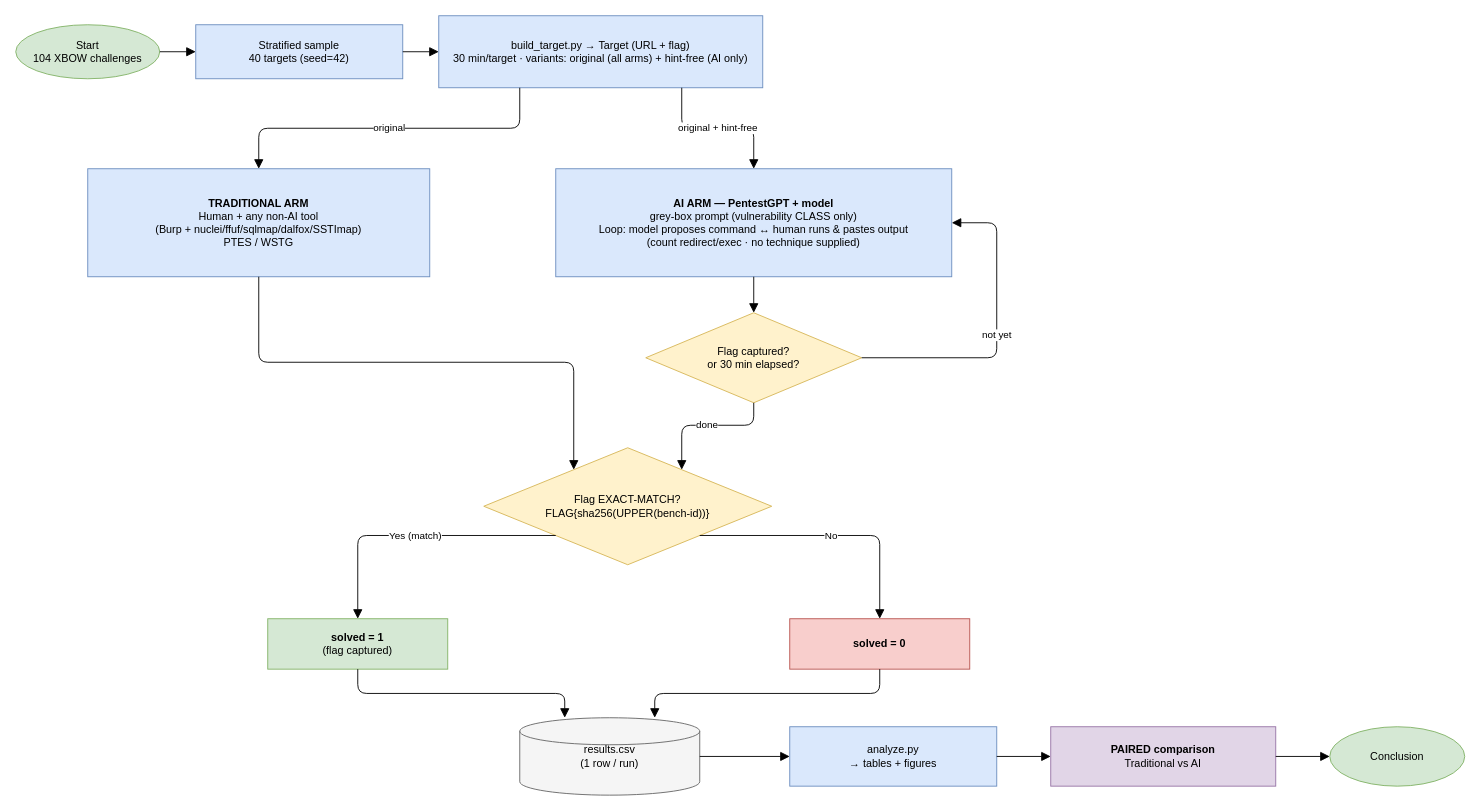
Earlier version of the draw.io diagram docs/workflow.drawio (VuNguyenBinh/KLTN-FA26). Source tidied: cells renumbered, new cells numbered last; positions are measured from the earlier drawing's top-left corner, leaving out a move shared by most shapes. Both pictures are drawn from the tidied source at 90%, with x=0, y=0 at pixel (15, 15).
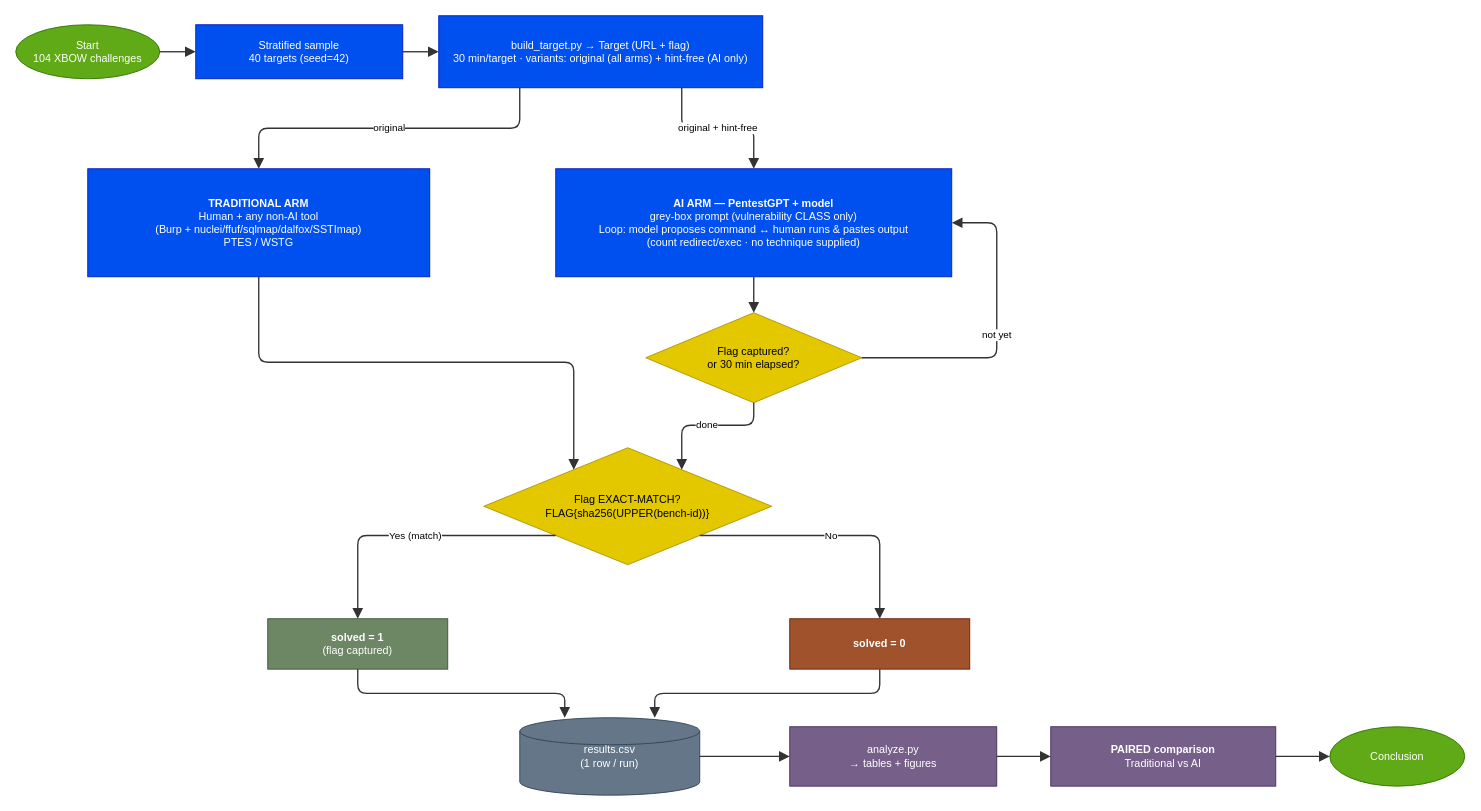
After the change.

Commit message:
fix(workflow.drawio): give edges explicit dark stroke so arrows render on export

Edges had no strokeColor; in dark mode they default to white and vanish on a
white-background export (only the labels showed). Set strokeColor=#333333 +
white label background on all 15 edges so arrows render regardless of theme.

Change to the diagram source:
```diff
@@
-    <mxCell id="2" value="Start&#10;104 XBOW challenges" style="ellipse;whiteSpace=wrap;html=1;convertToSvg=1;fillColor=#d5e8d4;strokeColor=#82b366;" parent="1" vertex="1">
+    <mxCell id="2" value="Start&#10;104 XBOW challenges" style="ellipse;whiteSpace=wrap;html=1;convertToSvg=1;fillColor=#60a917;strokeColor=#2D7600;fontColor=#ffffff;" parent="1" vertex="1">
       <mxGeometry y="10" width="160" height="60" as="geometry" />
     </mxCell>
-    <mxCell id="3" value="Stratified sample&#10;40 targets (seed=42)" style="rounded=0;whiteSpace=wrap;html=1;convertToSvg=1;fillColor=#dae8fc;strokeColor=#6c8ebf;" parent="1" vertex="1">
+    <mxCell id="3" value="Stratified sample&#10;40 targets (seed=42)" style="rounded=0;whiteSpace=wrap;html=1;convertToSvg=1;fillColor=#0050ef;strokeColor=#001DBC;fontColor=#ffffff;" parent="1" vertex="1">
       <mxGeometry x="200" y="10" width="230" height="60" as="geometry" />
     </mxCell>
-    <mxCell id="4" value="build_target.py → Target (URL + flag)&#10;30 min/target · variants: original (all arms) + hint-free (AI only)" style="rounded=0;whiteSpace=wrap;html=1;convertToSvg=1;fillColor=#dae8fc;strokeColor=#6c8ebf;" parent="1" vertex="1">
+    <mxCell id="4" value="build_target.py → Target (URL + flag)&#10;30 min/target · variants: original (all arms) + hint-free (AI only)" style="rounded=0;whiteSpace=wrap;html=1;convertToSvg=1;fillColor=#0050ef;strokeColor=#001DBC;fontColor=#ffffff;" parent="1" vertex="1">
       <mxGeometry x="470" width="360" height="80" as="geometry" />
     </mxCell>
-    <mxCell id="5" value="&lt;b&gt;TRADITIONAL ARM&lt;/b&gt;&#10;Human + any non-AI tool&#10;(Burp + nuclei/ffuf/sqlmap/dalfox/SSTImap)&#10;PTES / WSTG" style="rounded=0;whiteSpace=wrap;html=1;convertToSvg=1;fillColor=#dae8fc;strokeColor=#6c8ebf;" parent="1" vertex="1">
+    <mxCell id="5" value="&lt;b&gt;TRADITIONAL ARM&lt;/b&gt;&#10;Human + any non-AI tool&#10;(Burp + nuclei/ffuf/sqlmap/dalfox/SSTImap)&#10;PTES / WSTG" style="rounded=0;whiteSpace=wrap;html=1;convertToSvg=1;fillColor=#0050ef;strokeColor=#001DBC;fontColor=#ffffff;" parent="1" vertex="1">
       <mxGeometry x="80" y="170" width="380" height="120" as="geometry" />
     </mxCell>
-    <mxCell id="6" value="&lt;b&gt;AI ARM — PentestGPT + model&lt;/b&gt;&#10;grey-box prompt (vulnerability CLASS only)&#10;Loop: model proposes command ↔ human runs &amp; pastes output&#10;(count redirect/exec · no technique supplied)" style="rounded=0;whiteSpace=wrap;html=1;convertToSvg=1;fillColor=#dae8fc;strokeColor=#6c8ebf;" parent="1" vertex="1">
+    <mxCell id="6" value="&lt;b&gt;AI ARM — PentestGPT + model&lt;/b&gt;&#10;grey-box prompt (vulnerability CLASS only)&#10;Loop: model proposes command ↔ human runs &amp; pastes output&#10;(count redirect/exec · no technique supplied)" style="rounded=0;whiteSpace=wrap;html=1;convertToSvg=1;fillColor=#0050ef;strokeColor=#001DBC;fontColor=#ffffff;" parent="1" vertex="1">
       <mxGeometry x="600" y="170" width="440" height="120" as="geometry" />
     </mxCell>
-    <mxCell id="7" value="Flag captured?&#10;or 30 min elapsed?" style="rhombus;whiteSpace=wrap;html=1;convertToSvg=1;fillColor=#fff2cc;strokeColor=#d6b656;" parent="1" vertex="1">
+    <mxCell id="7" value="Flag captured?&#10;or 30 min elapsed?" style="rhombus;whiteSpace=wrap;html=1;convertToSvg=1;fillColor=#e3c800;strokeColor=#B09500;fontColor=#000000;" parent="1" vertex="1">
       <mxGeometry x="700" y="330" width="240" height="100" as="geometry" />
     </mxCell>
-    <mxCell id="8" value="Flag EXACT-MATCH?&#10;FLAG{sha256(UPPER(bench-id))}" style="rhombus;whiteSpace=wrap;html=1;convertToSvg=1;fillColor=#fff2cc;strokeColor=#d6b656;" parent="1" vertex="1">
+    <mxCell id="8" value="Flag EXACT-MATCH?&#10;FLAG{sha256(UPPER(bench-id))}" style="rhombus;whiteSpace=wrap;html=1;convertToSvg=1;fillColor=#e3c800;strokeColor=#B09500;fontColor=#000000;" parent="1" vertex="1">
       <mxGeometry x="520" y="480" width="320" height="130" as="geometry" />
     </mxCell>
-    <mxCell id="9" value="&lt;b&gt;solved = 1&lt;/b&gt;&#10;(flag captured)" style="rounded=0;whiteSpace=wrap;html=1;convertToSvg=1;fillColor=#d5e8d4;strokeColor=#82b366;" parent="1" vertex="1">
+    <mxCell id="9" value="&lt;b&gt;solved = 1&lt;/b&gt;&#10;(flag captured)" style="rounded=0;whiteSpace=wrap;html=1;convertToSvg=1;fillColor=#6d8764;strokeColor=#3A5431;fontColor=#ffffff;" parent="1" vertex="1">
       <mxGeometry x="280" y="670" width="200" height="56" as="geometry" />
     </mxCell>
-    <mxCell id="10" value="&lt;b&gt;solved = 0&lt;/b&gt;" style="rounded=0;whiteSpace=wrap;html=1;convertToSvg=1;fillColor=#f8cecc;strokeColor=#b85450;" parent="1" vertex="1">
+    <mxCell id="10" value="&lt;b&gt;solved = 0&lt;/b&gt;" style="rounded=0;whiteSpace=wrap;html=1;convertToSvg=1;fillColor=#a0522d;strokeColor=#6D1F00;fontColor=#ffffff;" parent="1" vertex="1">
       <mxGeometry x="860" y="670" width="200" height="56" as="geometry" />
     </mxCell>
-    <mxCell id="11" value="results.csv&#10;(1 row / run)" style="shape=cylinder3;whiteSpace=wrap;html=1;convertToSvg=1;fillColor=#f5f5f5;strokeColor=#666666;" parent="1" vertex="1">
+    <mxCell id="11" value="results.csv&#10;(1 row / run)" style="shape=cylinder3;whiteSpace=wrap;html=1;convertToSvg=1;fillColor=#647687;strokeColor=#314354;fontColor=#ffffff;" parent="1" vertex="1">
       <mxGeometry x="560" y="780" width="200" height="86" as="geometry" />
     </mxCell>
-    <mxCell id="12" value="analyze.py&#10;→ tables + figures" style="rounded=0;whiteSpace=wrap;html=1;convertToSvg=1;fillColor=#dae8fc;strokeColor=#6c8ebf;" parent="1" vertex="1">
+    <mxCell id="12" value="analyze.py&#10;→ tables + figures" style="rounded=0;whiteSpace=wrap;html=1;convertToSvg=1;fillColor=#76608a;strokeColor=#432D57;fontColor=#ffffff;" parent="1" vertex="1">
       <mxGeometry x="860" y="790" width="230" height="66" as="geometry" />
     </mxCell>
-    <mxCell id="13" value="&lt;b&gt;PAIRED comparison&lt;/b&gt;&#10;Traditional vs AI" style="rounded=0;whiteSpace=wrap;html=1;convertToSvg=1;fillColor=#e1d5e7;strokeColor=#9673a6;" parent="1" vertex="1">
+    <mxCell id="13" value="&lt;b&gt;PAIRED comparison&lt;/b&gt;&#10;Traditional vs AI" style="rounded=0;whiteSpace=wrap;html=1;convertToSvg=1;fillColor=#76608a;strokeColor=#432D57;fontColor=#ffffff;" parent="1" vertex="1">
       <mxGeometry x="1150" y="790" width="250" height="66" as="geometry" />
     </mxCell>
-    <mxCell id="14" value="Conclusion" style="ellipse;whiteSpace=wrap;html=1;convertToSvg=1;fillColor=#d5e8d4;strokeColor=#82b366;" parent="1" vertex="1">
+    <mxCell id="14" value="Conclusion" style="ellipse;whiteSpace=wrap;html=1;convertToSvg=1;fillColor=#60a917;strokeColor=#2D7600;fontColor=#ffffff;" parent="1" vertex="1">
       <mxGeometry x="1460" y="790" width="150" height="66" as="geometry" />
     </mxCell>
-    <mxCell id="15" style="edgeStyle=orthogonalEdgeStyle;rounded=1;jettySize=auto;html=1;endArrow=block;endSize=8;exitX=1;exitY=0.5;exitDx=0;exitDy=0;entryX=0;entryY=0.5;entryDx=0;entryDy=0;" parent="1" edge="1" source="2" target="3">
+    <mxCell id="15" style="edgeStyle=orthogonalEdgeStyle;rounded=1;jettySize=auto;html=1;endArrow=block;endSize=8;strokeColor=#333333;strokeWidth=1.5;fontColor=#000000;labelBackgroundColor=#ffffff;exitX=1;exitY=0.5;exitDx=0;exitDy=0;entryX=0;entryY=0.5;entryDx=0;entryDy=0;" parent="1" edge="1" source="2" target="3">
       <mxGeometry relative="1" as="geometry" />
     </mxCell>
-    <mxCell id="16" style="edgeStyle=orthogonalEdgeStyle;rounded=1;jettySize=auto;html=1;endArrow=block;endSize=8;exitX=1;exitY=0.5;exitDx=0;exitDy=0;entryX=0;entryY=0.5;entryDx=0;entryDy=0;" parent="1" edge="1" source="3" target="4">
+    <mxCell id="16" style="edgeStyle=orthogonalEdgeStyle;rounded=1;jettySize=auto;html=1;endArrow=block;endSize=8;strokeColor=#333333;strokeWidth=1.5;fontColor=#000000;labelBackgroundColor=#ffffff;exitX=1;exitY=0.5;exitDx=0;exitDy=0;entryX=0;entryY=0.5;entryDx=0;entryDy=0;" parent="1" edge="1" source="3" target="4">
       <mxGeometry relative="1" as="geometry" />
     </mxCell>
-    <mxCell id="17" value="original" style="edgeStyle=orthogonalEdgeStyle;rounded=1;jettySize=auto;html=1;endArrow=block;endSize=8;exitX=0.25;exitY=1;exitDx=0;exitDy=0;entryX=0.5;entryY=0;entryDx=0;entryDy=0;" parent="1" edge="1" source="4" target="5">
+    <mxCell id="17" value="original" style="edgeStyle=orthogonalEdgeStyle;rounded=1;jettySize=auto;html=1;endArrow=block;endSize=8;strokeColor=#333333;strokeWidth=1.5;fontColor=#000000;labelBackgroundColor=#ffffff;exitX=0.25;exitY=1;exitDx=0;exitDy=0;entryX=0.5;entryY=0;entryDx=0;entryDy=0;" parent="1" edge="1" source="4" target="5">
       <mxGeometry relative="1" as="geometry" />
     </mxCell>
-    <mxCell id="18" value="original + hint-free" style="edgeStyle=orthogonalEdgeStyle;rounded=1;jettySize=auto;html=1;endArrow=block;endSize=8;exitX=0.75;exitY=1;exitDx=0;exitDy=0;entryX=0.5;entryY=0;entryDx=0;entryDy=0;" parent="1" edge="1" source="4" target="6">
+    <mxCell id="18" value="original + hint-free" style="edgeStyle=orthogonalEdgeStyle;rounded=1;jettySize=auto;html=1;endArrow=block;endSize=8;strokeColor=#333333;strokeWidth=1.5;fontColor=#000000;labelBackgroundColor=#ffffff;exitX=0.75;exitY=1;exitDx=0;exitDy=0;entryX=0.5;entryY=0;entryDx=0;entryDy=0;" parent="1" edge="1" source="4" target="6">
       <mxGeometry relative="1" as="geometry" />
     </mxCell>
-    <mxCell id="19" style="edgeStyle=orthogonalEdgeStyle;rounded=1;jettySize=auto;html=1;endArrow=block;endSize=8;exitX=0.5;exitY=1;exitDx=0;exitDy=0;entryX=0.2;entryY=0;entryDx=0;entryDy=0;" parent="1" edge="1" source="5" target="8">
+    <mxCell id="19" style="edgeStyle=orthogonalEdgeStyle;rounded=1;jettySize=auto;html=1;endArrow=block;endSize=8;strokeColor=#333333;strokeWidth=1.5;fontColor=#000000;labelBackgroundColor=#ffffff;exitX=0.5;exitY=1;exitDx=0;exitDy=0;entryX=0.2;entryY=0;entryDx=0;entryDy=0;" parent="1" edge="1" source="5" target="8">
       <mxGeometry relative="1" as="geometry" />
     </mxCell>
-    <mxCell id="20" style="edgeStyle=orthogonalEdgeStyle;rounded=1;jettySize=auto;html=1;endArrow=block;endSize=8;exitX=0.5;exitY=1;exitDx=0;exitDy=0;entryX=0.5;entryY=0;entryDx=0;entryDy=0;" parent="1" edge="1" source="6" target="7">
+    <mxCell id="20" style="edgeStyle=orthogonalEdgeStyle;rounded=1;jettySize=auto;html=1;endArrow=block;endSize=8;strokeColor=#333333;strokeWidth=1.5;fontColor=#000000;labelBackgroundColor=#ffffff;exitX=0.5;exitY=1;exitDx=0;exitDy=0;entryX=0.5;entryY=0;entryDx=0;entryDy=0;" parent="1" edge="1" source="6" target="7">
       <mxGeometry relative="1" as="geometry" />
     </mxCell>
-    <mxCell id="21" value="not yet" style="edgeStyle=orthogonalEdgeStyle;rounded=1;jettySize=auto;html=1;endArrow=block;endSize=8;exitX=1;exitY=0.5;exitDx=0;exitDy=0;entryX=1;entryY=0.5;entryDx=0;entryDy=0;" parent="1" edge="1" source="7" target="6">
+    <mxCell id="21" value="not yet" style="edgeStyle=orthogonalEdgeStyle;rounded=1;jettySize=auto;html=1;endArrow=block;endSize=8;strokeColor=#333333;strokeWidth=1.5;fontColor=#000000;labelBackgroundColor=#ffffff;exitX=1;exitY=0.5;exitDx=0;exitDy=0;entryX=1;entryY=0.5;entryDx=0;entryDy=0;" parent="1" edge="1" source="7" target="6">
       <mxGeometry relative="1" as="geometry">
         <Array as="points">
           <mxPoint x="1090" y="380" />
           <mxPoint x="1090" y="230" />
         </Array>
       </mxGeometry>
     </mxCell>
-    <mxCell id="22" value="done" style="edgeStyle=orthogonalEdgeStyle;rounded=1;jettySize=auto;html=1;endArrow=block;endSize=8;exitX=0.5;exitY=1;exitDx=0;exitDy=0;entryX=0.8;entryY=0;entryDx=0;entryDy=0;" parent="1" edge="1" source="7" target="8">
+    <mxCell id="22" value="done" style="edgeStyle=orthogonalEdgeStyle;rounded=1;jettySize=auto;html=1;endArrow=block;endSize=8;strokeColor=#333333;strokeWidth=1.5;fontColor=#000000;labelBackgroundColor=#ffffff;exitX=0.5;exitY=1;exitDx=0;exitDy=0;entryX=0.8;entryY=0;entryDx=0;entryDy=0;" parent="1" edge="1" source="7" target="8">
       <mxGeometry relative="1" as="geometry" />
     </mxCell>
-    <mxCell id="23" value="Yes (match)" style="edgeStyle=orthogonalEdgeStyle;rounded=1;jettySize=auto;html=1;endArrow=block;endSize=8;exitX=0.25;exitY=0.75;exitDx=0;exitDy=0;entryX=0.5;entryY=0;entryDx=0;entryDy=0;" parent="1" edge="1" source="8" target="9">
+    <mxCell id="23" value="Yes (match)" style="edgeStyle=orthogonalEdgeStyle;rounded=1;jettySize=auto;html=1;endArrow=block;endSize=8;strokeColor=#333333;strokeWidth=1.5;fontColor=#000000;labelBackgroundColor=#ffffff;exitX=0.25;exitY=0.75;exitDx=0;exitDy=0;entryX=0.5;entryY=0;entryDx=0;entryDy=0;" parent="1" edge="1" source="8" target="9">
       <mxGeometry relative="1" as="geometry" />
     </mxCell>
-    <mxCell id="24" value="No" style="edgeStyle=orthogonalEdgeStyle;rounded=1;jettySize=auto;html=1;endArrow=block;endSize=8;exitX=0.75;exitY=0.75;exitDx=0;exitDy=0;entryX=0.5;entryY=0;entryDx=0;entryDy=0;" parent="1" edge="1" source="8" target="10">
+    <mxCell id="24" value="No" style="edgeStyle=orthogonalEdgeStyle;rounded=1;jettySize=auto;html=1;endArrow=block;endSize=8;strokeColor=#333333;strokeWidth=1.5;fontColor=#000000;labelBackgroundColor=#ffffff;exitX=0.75;exitY=0.75;exitDx=0;exitDy=0;entryX=0.5;entryY=0;entryDx=0;entryDy=0;" parent="1" edge="1" source="8" target="10">
       <mxGeometry relative="1" as="geometry" />
     </mxCell>
-    <mxCell id="25" style="edgeStyle=orthogonalEdgeStyle;rounded=1;jettySize=auto;html=1;endArrow=block;endSize=8;exitX=0.5;exitY=1;exitDx=0;exitDy=0;entryX=0.25;entryY=0;entryDx=0;entryDy=0;" parent="1" edge="1" source="9" target="11">
+    <mxCell id="25" style="edgeStyle=orthogonalEdgeStyle;rounded=1;jettySize=auto;html=1;endArrow=block;endSize=8;strokeColor=#333333;strokeWidth=1.5;fontColor=#000000;labelBackgroundColor=#ffffff;exitX=0.5;exitY=1;exitDx=0;exitDy=0;entryX=0.25;entryY=0;entryDx=0;entryDy=0;" parent="1" edge="1" source="9" target="11">
       <mxGeometry relative="1" as="geometry" />
     </mxCell>
-    <mxCell id="26" style="edgeStyle=orthogonalEdgeStyle;rounded=1;jettySize=auto;html=1;endArrow=block;endSize=8;exitX=0.5;exitY=1;exitDx=0;exitDy=0;entryX=0.75;entryY=0;entryDx=0;entryDy=0;" parent="1" edge="1" source="10" target="11">
+    <mxCell id="26" style="edgeStyle=orthogonalEdgeStyle;rounded=1;jettySize=auto;html=1;endArrow=block;endSize=8;strokeColor=#333333;strokeWidth=1.5;fontColor=#000000;labelBackgroundColor=#ffffff;exitX=0.5;exitY=1;exitDx=0;exitDy=0;entryX=0.75;entryY=0;entryDx=0;entryDy=0;" parent="1" edge="1" source="10" target="11">
       <mxGeometry relative="1" as="geometry" />
     </mxCell>
-    <mxCell id="27" style="edgeStyle=orthogonalEdgeStyle;rounded=1;jettySize=auto;html=1;endArrow=block;endSize=8;exitX=1;exitY=0.5;exitDx=0;exitDy=0;entryX=0;entryY=0.5;entryDx=0;entryDy=0;" parent="1" edge="1" source="11" target="12">
+    <mxCell id="27" style="edgeStyle=orthogonalEdgeStyle;rounded=1;jettySize=auto;html=1;endArrow=block;endSize=8;strokeColor=#333333;strokeWidth=1.5;fontColor=#000000;labelBackgroundColor=#ffffff;exitX=1;exitY=0.5;exitDx=0;exitDy=0;entryX=0;entryY=0.5;entryDx=0;entryDy=0;" parent="1" edge="1" source="11" target="12">
       <mxGeometry relative="1" as="geometry" />
     </mxCell>
-    <mxCell id="28" style="edgeStyle=orthogonalEdgeStyle;rounded=1;jettySize=auto;html=1;endArrow=block;endSize=8;exitX=1;exitY=0.5;exitDx=0;exitDy=0;entryX=0;entryY=0.5;entryDx=0;entryDy=0;" parent="1" edge="1" source="12" target="13">
+    <mxCell id="28" style="edgeStyle=orthogonalEdgeStyle;rounded=1;jettySize=auto;html=1;endArrow=block;endSize=8;strokeColor=#333333;strokeWidth=1.5;fontColor=#000000;labelBackgroundColor=#ffffff;exitX=1;exitY=0.5;exitDx=0;exitDy=0;entryX=0;entryY=0.5;entryDx=0;entryDy=0;" parent="1" edge="1" source="12" target="13">
       <mxGeometry relative="1" as="geometry" />
     </mxCell>
-    <mxCell id="29" style="edgeStyle=orthogonalEdgeStyle;rounded=1;jettySize=auto;html=1;endArrow=block;endSize=8;exitX=1;exitY=0.5;exitDx=0;exitDy=0;entryX=0;entryY=0.5;entryDx=0;entryDy=0;" parent="1" edge="1" source="13" target="14">
+    <mxCell id="29" style="edgeStyle=orthogonalEdgeStyle;rounded=1;jettySize=auto;html=1;endArrow=block;endSize=8;strokeColor=#333333;strokeWidth=1.5;fontColor=#000000;labelBackgroundColor=#ffffff;exitX=1;exitY=0.5;exitDx=0;exitDy=0;entryX=0;entryY=0.5;entryDx=0;entryDy=0;" parent="1" edge="1" source="13" target="14">
       <mxGeometry relative="1" as="geometry" />
     </mxCell>
```
